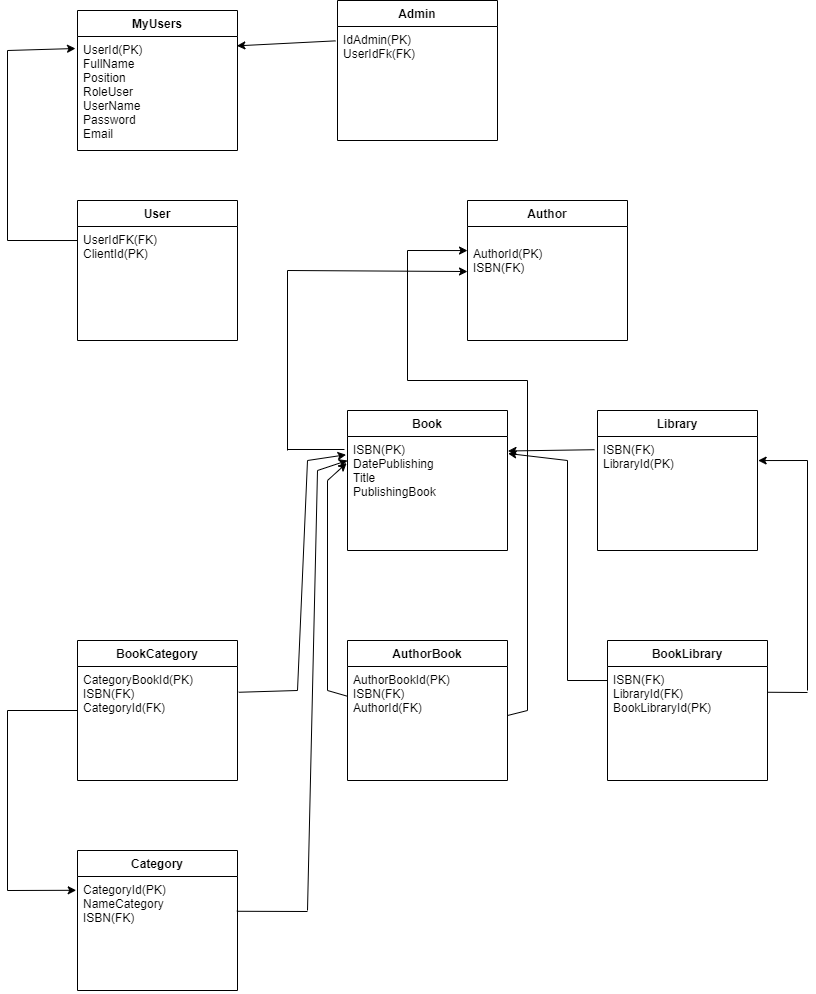
TenicaIrina/Biblioteca keeps this draw.io diagram as Diagrams/Class DiagramNew.png. Above is the earlier version. Source tidied: cells renumbered, new cells last; positions are measured from the earlier drawing's top-left corner, leaving out a move shared by most shapes. Source of this version:
```xml
<mxGraphModel>
  <root>
    <mxCell id="0" />
    <mxCell id="1" parent="0" />
    <mxCell id="2" value="MyUsers" style="swimlane;fontStyle=1;align=center;verticalAlign=top;horizontal=1;startSize=26;" parent="1" vertex="1">
      <mxGeometry x="70" y="10" width="160" height="140" as="geometry" />
    </mxCell>
    <mxCell id="3" value="UserId(PK)&#10;FullName&#10;Position&#10;RoleUser&#10;UserName&#10;Password&#10;Email&#10;" style="text;strokeColor=none;fillColor=none;align=left;verticalAlign=top;spacingLeft=4;spacingRight=4;overflow=hidden;points=[[0,0.5],[1,0.5]];portConstraint=eastwest;" parent="2" vertex="1">
      <mxGeometry y="26" width="160" height="114" as="geometry" />
    </mxCell>
    <mxCell id="4" value="Admin" style="swimlane;fontStyle=1;align=center;verticalAlign=top;horizontal=1;startSize=26;" parent="1" vertex="1">
      <mxGeometry x="330" width="160" height="140" as="geometry" />
    </mxCell>
    <mxCell id="5" value="IdAdmin(PK)&#10;UserIdFk(FK)&#10;" style="text;strokeColor=none;fillColor=none;align=left;verticalAlign=top;spacingLeft=4;spacingRight=4;overflow=hidden;points=[[0,0.5],[1,0.5]];portConstraint=eastwest;" parent="4" vertex="1">
      <mxGeometry y="26" width="160" height="114" as="geometry" />
    </mxCell>
    <mxCell id="6" value="User" style="swimlane;fontStyle=1;align=center;verticalAlign=top;horizontal=1;startSize=26;" parent="1" vertex="1">
      <mxGeometry x="70" y="200" width="160" height="140" as="geometry" />
    </mxCell>
    <mxCell id="7" value="UserIdFK(FK)&#10;ClientId(PK)&#10;" style="text;strokeColor=none;fillColor=none;align=left;verticalAlign=top;spacingLeft=4;spacingRight=4;overflow=hidden;points=[[0,0.5],[1,0.5]];portConstraint=eastwest;" parent="6" vertex="1">
      <mxGeometry y="26" width="160" height="114" as="geometry" />
    </mxCell>
    <mxCell id="8" value="Book" style="swimlane;fontStyle=1;align=center;verticalAlign=top;horizontal=1;startSize=26;" parent="1" vertex="1">
      <mxGeometry x="340" y="410" width="160" height="140" as="geometry" />
    </mxCell>
    <mxCell id="9" value="ISBN(PK)&#10;DatePublishing&#10;Title&#10;PublishingBook&#10;&#10;" style="text;strokeColor=none;fillColor=none;align=left;verticalAlign=top;spacingLeft=4;spacingRight=4;overflow=hidden;points=[[0,0.5],[1,0.5]];portConstraint=eastwest;" parent="8" vertex="1">
      <mxGeometry y="26" width="160" height="114" as="geometry" />
    </mxCell>
    <mxCell id="10" value="BookCategory" style="swimlane;fontStyle=1;align=center;verticalAlign=top;horizontal=1;startSize=26;" parent="1" vertex="1">
      <mxGeometry x="70" y="640" width="160" height="140" as="geometry" />
    </mxCell>
    <mxCell id="11" value="CategoryBookId(PK)&#10;ISBN(FK)&#10;CategoryId(FK)" style="text;strokeColor=none;fillColor=none;align=left;verticalAlign=top;spacingLeft=4;spacingRight=4;overflow=hidden;points=[[0,0.5],[1,0.5]];portConstraint=eastwest;" parent="10" vertex="1">
      <mxGeometry y="26" width="160" height="114" as="geometry" />
    </mxCell>
    <mxCell id="12" value="AuthorBook" style="swimlane;fontStyle=1;align=center;verticalAlign=top;horizontal=1;startSize=26;" parent="1" vertex="1">
      <mxGeometry x="340" y="640" width="160" height="140" as="geometry" />
    </mxCell>
    <mxCell id="13" value="AuthorBookId(PK)&#10;ISBN(FK)&#10;AuthorId(FK)&#10;&#10;" style="text;strokeColor=none;fillColor=none;align=left;verticalAlign=top;spacingLeft=4;spacingRight=4;overflow=hidden;points=[[0,0.5],[1,0.5]];portConstraint=eastwest;" parent="12" vertex="1">
      <mxGeometry y="26" width="160" height="114" as="geometry" />
    </mxCell>
    <mxCell id="14" value="Category" style="swimlane;fontStyle=1;align=center;verticalAlign=top;horizontal=1;startSize=26;" parent="1" vertex="1">
      <mxGeometry x="70" y="850" width="160" height="140" as="geometry" />
    </mxCell>
    <mxCell id="15" value="CategoryId(PK)&#10;NameCategory&#10;ISBN(FK)" style="text;strokeColor=none;fillColor=none;align=left;verticalAlign=top;spacingLeft=4;spacingRight=4;overflow=hidden;points=[[0,0.5],[1,0.5]];portConstraint=eastwest;" parent="14" vertex="1">
      <mxGeometry y="26" width="160" height="114" as="geometry" />
    </mxCell>
    <mxCell id="16" value="Library" style="swimlane;fontStyle=1;align=center;verticalAlign=top;horizontal=1;startSize=26;" parent="1" vertex="1">
      <mxGeometry x="590" y="410" width="160" height="140" as="geometry" />
    </mxCell>
    <mxCell id="17" style="endArrow=classic;html=1;entryX=1.004;entryY=0.211;entryDx=0;entryDy=0;entryPerimeter=0;" parent="16" edge="1" target="18">
      <mxGeometry relative="1" as="geometry">
        <mxPoint x="210" y="50" as="sourcePoint" />
      </mxGeometry>
    </mxCell>
    <mxCell id="18" value="ISBN(FK)&#10;LibraryId(PK)&#10;&#10;" style="text;strokeColor=none;fillColor=none;align=left;verticalAlign=top;spacingLeft=4;spacingRight=4;overflow=hidden;points=[[0,0.5],[1,0.5]];portConstraint=eastwest;" parent="16" vertex="1">
      <mxGeometry y="26" width="160" height="114" as="geometry" />
    </mxCell>
    <mxCell id="19" value="BookLibrary" style="swimlane;fontStyle=1;align=center;verticalAlign=top;horizontal=1;startSize=26;" parent="1" vertex="1">
      <mxGeometry x="600" y="640" width="160" height="140" as="geometry" />
    </mxCell>
    <mxCell id="20" value="ISBN(FK)&#10;LibraryId(FK)&#10;BookLibraryId(PK)&#10;&#10;" style="text;strokeColor=none;fillColor=none;align=left;verticalAlign=top;spacingLeft=4;spacingRight=4;overflow=hidden;points=[[0,0.5],[1,0.5]];portConstraint=eastwest;" parent="19" vertex="1">
      <mxGeometry y="26" width="160" height="114" as="geometry" />
    </mxCell>
    <mxCell id="21" style="endArrow=none;html=1;entryX=0;entryY=0.123;entryDx=0;entryDy=0;entryPerimeter=0;" parent="1" edge="1" target="7">
      <mxGeometry relative="1" as="geometry">
        <mxPoint y="240" as="sourcePoint" />
      </mxGeometry>
    </mxCell>
    <mxCell id="22" style="endArrow=none;html=1;" parent="1" edge="1">
      <mxGeometry relative="1" as="geometry">
        <mxPoint y="240" as="sourcePoint" />
        <mxPoint y="50" as="targetPoint" />
      </mxGeometry>
    </mxCell>
    <mxCell id="23" style="endArrow=classic;html=1;" parent="1" edge="1">
      <mxGeometry relative="1" as="geometry">
        <mxPoint y="50" as="sourcePoint" />
        <mxPoint x="68" y="48" as="targetPoint" />
      </mxGeometry>
    </mxCell>
    <mxCell id="24" style="endArrow=classic;html=1;exitX=-0.013;exitY=0.126;exitDx=0;exitDy=0;exitPerimeter=0;entryX=0.996;entryY=0.082;entryDx=0;entryDy=0;entryPerimeter=0;" parent="1" edge="1" source="5" target="3">
      <mxGeometry relative="1" as="geometry" />
    </mxCell>
    <mxCell id="25" style="endArrow=classic;html=1;exitX=-0.019;exitY=0.116;exitDx=0;exitDy=0;exitPerimeter=0;entryX=1.003;entryY=0.127;entryDx=0;entryDy=0;entryPerimeter=0;" parent="1" edge="1" source="18" target="9">
      <mxGeometry relative="1" as="geometry" />
    </mxCell>
    <mxCell id="26" style="endArrow=none;html=1;exitX=1.008;exitY=0.226;exitDx=0;exitDy=0;exitPerimeter=0;" parent="1" edge="1" source="11">
      <mxGeometry relative="1" as="geometry">
        <mxPoint x="290" y="690" as="targetPoint" />
      </mxGeometry>
    </mxCell>
    <mxCell id="27" style="endArrow=none;html=1;" parent="1" edge="1">
      <mxGeometry relative="1" as="geometry">
        <mxPoint x="290" y="690" as="sourcePoint" />
        <mxPoint x="300" y="460" as="targetPoint" />
      </mxGeometry>
    </mxCell>
    <mxCell id="28" style="endArrow=classic;html=1;entryX=-0.009;entryY=0.16;entryDx=0;entryDy=0;entryPerimeter=0;" parent="1" edge="1" target="9">
      <mxGeometry relative="1" as="geometry">
        <mxPoint x="300" y="460" as="sourcePoint" />
      </mxGeometry>
    </mxCell>
    <mxCell id="29" style="endArrow=none;html=1;entryX=0;entryY=0.386;entryDx=0;entryDy=0;entryPerimeter=0;" parent="1" edge="1" target="11">
      <mxGeometry relative="1" as="geometry">
        <mxPoint y="710" as="sourcePoint" />
      </mxGeometry>
    </mxCell>
    <mxCell id="30" style="endArrow=none;html=1;" parent="1" edge="1">
      <mxGeometry relative="1" as="geometry">
        <mxPoint y="890" as="sourcePoint" />
        <mxPoint y="710" as="targetPoint" />
      </mxGeometry>
    </mxCell>
    <mxCell id="31" style="endArrow=classic;html=1;entryX=-0.008;entryY=0.121;entryDx=0;entryDy=0;entryPerimeter=0;" parent="1" edge="1" target="15">
      <mxGeometry relative="1" as="geometry">
        <mxPoint y="890" as="sourcePoint" />
      </mxGeometry>
    </mxCell>
    <mxCell id="32" style="endArrow=none;html=1;exitX=0.996;exitY=0.305;exitDx=0;exitDy=0;exitPerimeter=0;" parent="1" edge="1" source="15">
      <mxGeometry relative="1" as="geometry">
        <mxPoint x="300" y="911" as="targetPoint" />
      </mxGeometry>
    </mxCell>
    <mxCell id="33" style="endArrow=none;html=1;" parent="1" edge="1">
      <mxGeometry relative="1" as="geometry">
        <mxPoint x="300" y="910" as="sourcePoint" />
        <mxPoint x="310" y="470" as="targetPoint" />
      </mxGeometry>
    </mxCell>
    <mxCell id="34" style="endArrow=classic;html=1;" parent="1" edge="1">
      <mxGeometry relative="1" as="geometry">
        <mxPoint x="310" y="470" as="sourcePoint" />
        <mxPoint x="340" y="460" as="targetPoint" />
      </mxGeometry>
    </mxCell>
    <mxCell id="35" style="endArrow=none;html=1;entryX=-0.005;entryY=0.259;entryDx=0;entryDy=0;entryPerimeter=0;" parent="1" edge="1" target="13">
      <mxGeometry relative="1" as="geometry">
        <mxPoint x="320" y="690" as="sourcePoint" />
      </mxGeometry>
    </mxCell>
    <mxCell id="36" style="endArrow=none;html=1;" parent="1" edge="1">
      <mxGeometry relative="1" as="geometry">
        <mxPoint x="320" y="690" as="sourcePoint" />
        <mxPoint x="320" y="480" as="targetPoint" />
      </mxGeometry>
    </mxCell>
    <mxCell id="37" style="endArrow=classic;html=1;entryX=-0.005;entryY=0.233;entryDx=0;entryDy=0;entryPerimeter=0;" parent="1" edge="1" target="9">
      <mxGeometry relative="1" as="geometry">
        <mxPoint x="320" y="480" as="sourcePoint" />
      </mxGeometry>
    </mxCell>
    <mxCell id="38" style="endArrow=none;html=1;entryX=0;entryY=0.123;entryDx=0;entryDy=0;entryPerimeter=0;" parent="1" edge="1" target="20">
      <mxGeometry relative="1" as="geometry">
        <mxPoint x="560" y="680" as="sourcePoint" />
      </mxGeometry>
    </mxCell>
    <mxCell id="39" style="endArrow=none;html=1;" parent="1" edge="1">
      <mxGeometry relative="1" as="geometry">
        <mxPoint x="560" y="680" as="sourcePoint" />
        <mxPoint x="560" y="460" as="targetPoint" />
      </mxGeometry>
    </mxCell>
    <mxCell id="40" style="endArrow=classic;html=1;entryX=1.003;entryY=0.149;entryDx=0;entryDy=0;entryPerimeter=0;" parent="1" edge="1" target="9">
      <mxGeometry relative="1" as="geometry">
        <mxPoint x="560" y="460" as="sourcePoint" />
      </mxGeometry>
    </mxCell>
    <mxCell id="41" style="endArrow=none;html=1;exitX=1.001;exitY=0.226;exitDx=0;exitDy=0;exitPerimeter=0;" parent="1" edge="1" source="20">
      <mxGeometry relative="1" as="geometry">
        <mxPoint x="800" y="692" as="targetPoint" />
      </mxGeometry>
    </mxCell>
    <mxCell id="42" style="endArrow=none;html=1;" parent="1" edge="1">
      <mxGeometry relative="1" as="geometry">
        <mxPoint x="800" y="690" as="sourcePoint" />
        <mxPoint x="800" y="460" as="targetPoint" />
      </mxGeometry>
    </mxCell>
    <mxCell id="43" value="Author" style="swimlane;fontStyle=1;align=center;verticalAlign=top;horizontal=1;startSize=26;" parent="1" vertex="1">
      <mxGeometry x="460" y="200" width="160" height="140" as="geometry" />
    </mxCell>
    <mxCell id="44" value="&#10;AuthorId(PK)&#10;ISBN(FK)&#10;" style="text;strokeColor=none;fillColor=none;align=left;verticalAlign=top;spacingLeft=4;spacingRight=4;overflow=hidden;points=[[0,0.5],[1,0.5]];portConstraint=eastwest;" parent="43" vertex="1">
      <mxGeometry y="26" width="160" height="114" as="geometry" />
    </mxCell>
    <mxCell id="45" style="endArrow=none;html=1;exitX=-0.019;exitY=0.114;exitDx=0;exitDy=0;exitPerimeter=0;" parent="1" edge="1" source="9">
      <mxGeometry relative="1" as="geometry">
        <mxPoint x="280" y="449" as="targetPoint" />
      </mxGeometry>
    </mxCell>
    <mxCell id="46" style="endArrow=none;html=1;" parent="1" edge="1">
      <mxGeometry relative="1" as="geometry">
        <mxPoint x="280" y="450" as="sourcePoint" />
        <mxPoint x="280" y="270" as="targetPoint" />
      </mxGeometry>
    </mxCell>
    <mxCell id="47" style="endArrow=classic;html=1;entryX=0;entryY=0.395;entryDx=0;entryDy=0;entryPerimeter=0;" parent="1" edge="1" target="44">
      <mxGeometry relative="1" as="geometry">
        <mxPoint x="280" y="270" as="sourcePoint" />
      </mxGeometry>
    </mxCell>
    <mxCell id="48" style="endArrow=none;html=1;" parent="1" edge="1">
      <mxGeometry relative="1" as="geometry">
        <mxPoint x="520" y="710" as="sourcePoint" />
        <mxPoint x="520" y="380" as="targetPoint" />
      </mxGeometry>
    </mxCell>
    <mxCell id="49" style="endArrow=none;html=1;exitX=1;exitY=0.43;exitDx=0;exitDy=0;exitPerimeter=0;" parent="1" edge="1" source="13">
      <mxGeometry relative="1" as="geometry">
        <mxPoint x="520" y="710" as="targetPoint" />
      </mxGeometry>
    </mxCell>
    <mxCell id="50" style="endArrow=none;html=1;" parent="1" edge="1">
      <mxGeometry relative="1" as="geometry">
        <mxPoint x="400" y="380" as="sourcePoint" />
        <mxPoint x="520" y="380" as="targetPoint" />
      </mxGeometry>
    </mxCell>
    <mxCell id="51" style="endArrow=none;html=1;" parent="1" edge="1">
      <mxGeometry relative="1" as="geometry">
        <mxPoint x="400" y="380" as="sourcePoint" />
        <mxPoint x="400" y="250" as="targetPoint" />
      </mxGeometry>
    </mxCell>
    <mxCell id="52" style="endArrow=classic;html=1;entryX=0;entryY=0.211;entryDx=0;entryDy=0;entryPerimeter=0;" parent="1" edge="1" target="44">
      <mxGeometry relative="1" as="geometry">
        <mxPoint x="400" y="250" as="sourcePoint" />
      </mxGeometry>
    </mxCell>
  </root>
</mxGraphModel>
```
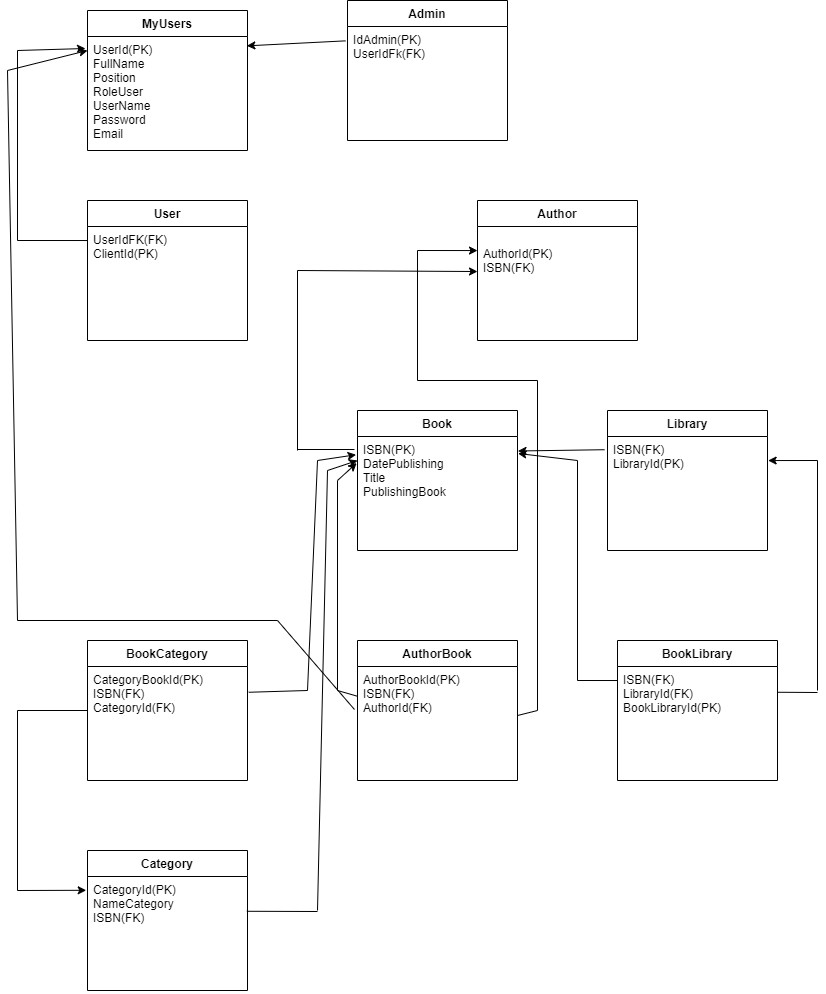
Later version of the same file.

Change to the diagram source:
```diff
@@ -226,5 +226,28 @@
         <mxPoint x="400" y="250" as="sourcePoint" />
       </mxGeometry>
     </mxCell>
+    <mxCell id="53" style="endArrow=classic;html=1;" parent="1" edge="1">
+      <mxGeometry relative="1" as="geometry">
+        <mxPoint x="-10" y="70" as="sourcePoint" />
+        <mxPoint x="70" y="50" as="targetPoint" />
+      </mxGeometry>
+    </mxCell>
+    <mxCell id="54" style="endArrow=none;html=1;" parent="1" edge="1">
+      <mxGeometry relative="1" as="geometry">
+        <mxPoint y="620" as="sourcePoint" />
+        <mxPoint x="-10" y="70" as="targetPoint" />
+      </mxGeometry>
+    </mxCell>
+    <mxCell id="55" style="endArrow=none;html=1;" parent="1" edge="1">
+      <mxGeometry relative="1" as="geometry">
+        <mxPoint y="620" as="sourcePoint" />
+        <mxPoint x="260" y="620" as="targetPoint" />
+      </mxGeometry>
+    </mxCell>
+    <mxCell id="56" style="endArrow=none;html=1;entryX=-0.019;entryY=0.377;entryDx=0;entryDy=0;entryPerimeter=0;" parent="1" edge="1" target="13">
+      <mxGeometry relative="1" as="geometry">
+        <mxPoint x="260" y="620" as="sourcePoint" />
+      </mxGeometry>
+    </mxCell>
   </root>
 </mxGraphModel>
```
